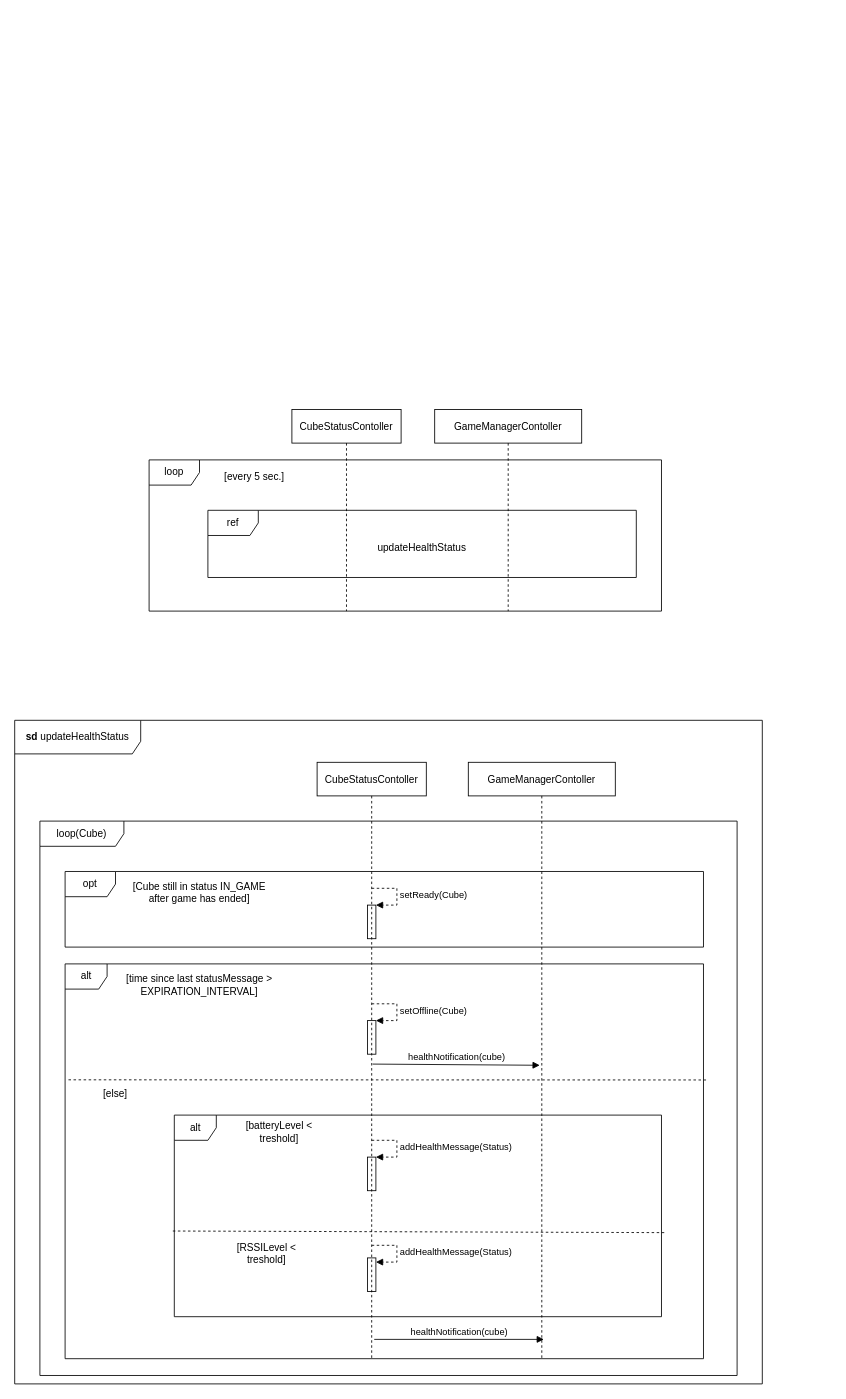
Before: documents/software-concept/diagrams/cubeStatus.drawio in b-ertel/TimeGuess-Game, a draw.io diagram. Source tidied: cells renumbered, new cells numbered last; positions are measured from the earlier drawing's top-left corner, leaving out a move shared by most shapes. Both pictures are drawn from the tidied source at 84%, with x=0, y=0 at pixel (14, 409).
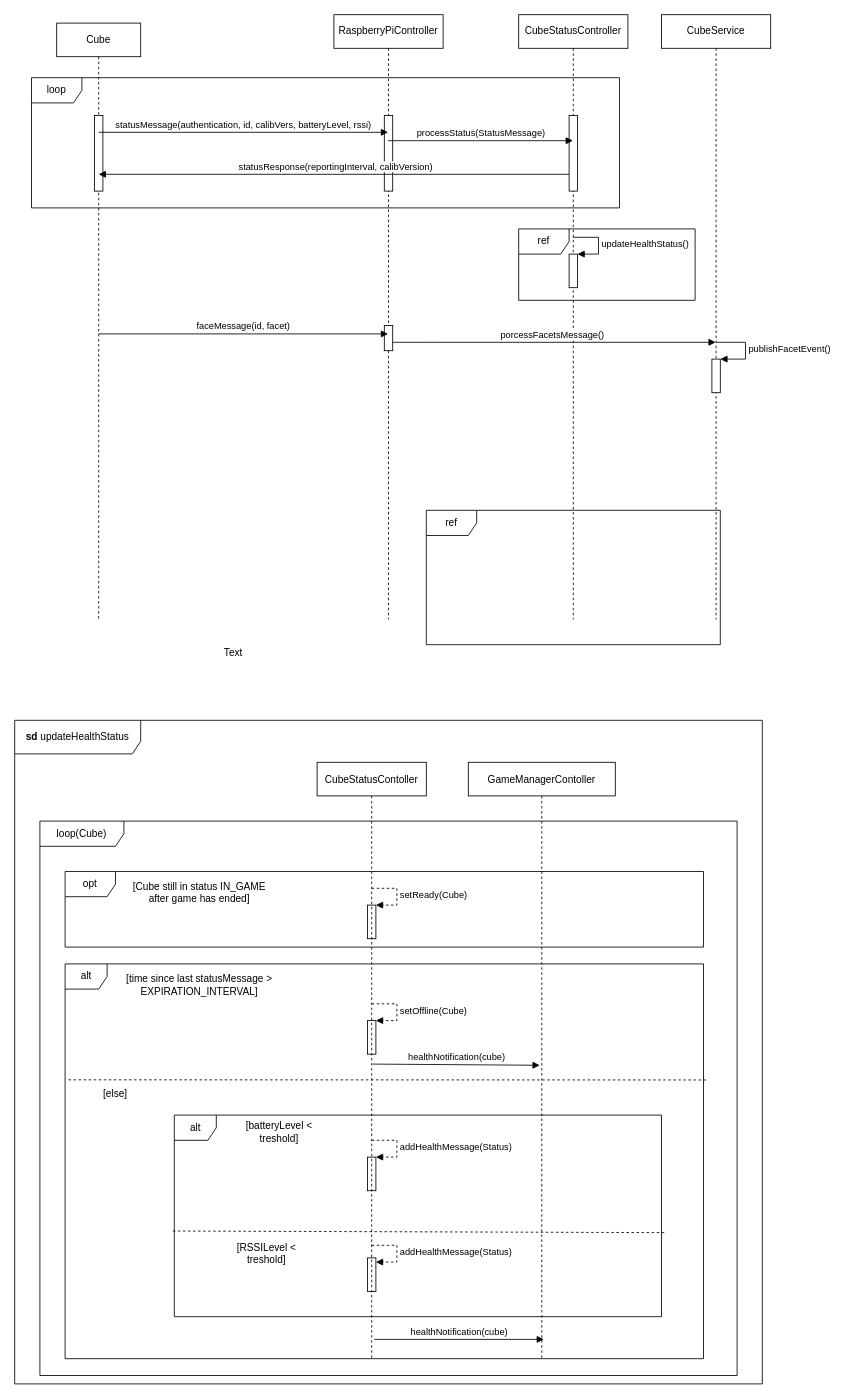
The same diagram, later.

Diff of the diagram source:
```diff
@@
-    <mxCell id="2" value="loop" style="shape=umlFrame;whiteSpace=wrap;html=1;fillColor=none;" parent="1" vertex="1">
-      <mxGeometry x="160" y="60" width="610" height="180" as="geometry" />
-    </mxCell>
@@
-    <mxCell id="22" value="[every 5 sec.]" style="text;html=1;align=center;verticalAlign=middle;strokeColor=none;" parent="1" vertex="1">
-      <mxGeometry x="240" y="70" width="90" height="20" as="geometry" />
-    </mxCell>
@@
-    <mxCell id="28" value="CubeStatusContoller" style="shape=umlLifeline;perimeter=lifelinePerimeter;rounded=0;shadow=0;strokeWidth=1;" parent="1" vertex="1">
-      <mxGeometry x="330" width="130" height="240" as="geometry" />
-    </mxCell>
-    <mxCell id="29" value="GameManagerContoller" style="shape=umlLifeline;perimeter=lifelinePerimeter;rounded=0;shadow=0;strokeWidth=1;" parent="1" vertex="1">
-      <mxGeometry x="500" width="175" height="240" as="geometry" />
-    </mxCell>
-    <mxCell id="30" value="ref" style="shape=umlFrame;whiteSpace=wrap;html=1;" parent="1" vertex="1">
-      <mxGeometry x="230" y="120" width="510" height="80" as="geometry" />
-    </mxCell>
-    <mxCell id="31" value="&lt;div&gt;updateHealthStatus&lt;/div&gt;" style="text;html=1;strokeColor=none;fillColor=none;align=center;verticalAlign=middle;whiteSpace=wrap;rounded=0;" parent="1" vertex="1">
-      <mxGeometry x="400" y="155" width="170" height="20" as="geometry" />
-    </mxCell>
+    <mxCell id="32" value="Cube" style="shape=umlLifeline;perimeter=lifelinePerimeter;whiteSpace=wrap;html=1;" parent="1" vertex="1">
+      <mxGeometry x="50" y="-460" width="100" height="710" as="geometry" />
+    </mxCell>
+    <mxCell id="33" value="RaspberryPiController" style="shape=umlLifeline;perimeter=lifelinePerimeter;whiteSpace=wrap;html=1;outlineConnect=0;" parent="1" vertex="1">
+      <mxGeometry x="380" y="-470" width="130" height="720" as="geometry" />
+    </mxCell>
+    <mxCell id="34" value="CubeStatusController" style="shape=umlLifeline;perimeter=lifelinePerimeter;whiteSpace=wrap;html=1;outlineConnect=0;" parent="1" vertex="1">
+      <mxGeometry x="600" y="-470" width="130" height="720" as="geometry" />
+    </mxCell>
+    <mxCell id="35" value="updateHealthStatus()" style="edgeStyle=orthogonalEdgeStyle;html=1;align=left;spacingLeft=2;endArrow=block;rounded=0;entryX=1;entryY=0;" parent="34" edge="1" target="36">
+      <mxGeometry relative="1" as="geometry">
+        <mxPoint x="65" y="265" as="sourcePoint" />
+        <Array as="points">
+          <mxPoint x="95" y="265" />
+        </Array>
+      </mxGeometry>
+    </mxCell>
+    <mxCell id="36" style="html=1;points=[];perimeter=orthogonalPerimeter;" parent="34" vertex="1">
+      <mxGeometry x="60" y="285" width="10" height="40" as="geometry" />
+    </mxCell>
+    <mxCell id="37" value="CubeService" style="shape=umlLifeline;perimeter=lifelinePerimeter;whiteSpace=wrap;html=1;outlineConnect=0;" parent="1" vertex="1">
+      <mxGeometry x="770" y="-470" width="130" height="720" as="geometry" />
+    </mxCell>
+    <mxCell id="38" value="porcessFacetsMessage()" style="html=1;verticalAlign=bottom;endArrow=block;" parent="1" edge="1" source="33" target="37">
+      <mxGeometry relative="1" as="geometry">
+        <Array as="points">
+          <mxPoint x="490" y="-80" />
+        </Array>
+      </mxGeometry>
+    </mxCell>
+    <mxCell id="39" style="html=1;points=[];perimeter=orthogonalPerimeter;" parent="1" vertex="1">
+      <mxGeometry x="830" y="-60" width="10" height="40" as="geometry" />
+    </mxCell>
+    <mxCell id="40" value="publishFacetEvent()" style="edgeStyle=orthogonalEdgeStyle;html=1;align=left;spacingLeft=2;endArrow=block;rounded=0;entryX=1;entryY=0;" parent="1" edge="1" target="39">
+      <mxGeometry relative="1" as="geometry">
+        <mxPoint x="835" y="-80" as="sourcePoint" />
+        <Array as="points">
+          <mxPoint x="870" y="-80" />
+          <mxPoint x="870" y="-60" />
+        </Array>
+      </mxGeometry>
+    </mxCell>
+    <mxCell id="41" style="html=1;perimeter=orthogonalPerimeter;" parent="1" vertex="1">
+      <mxGeometry x="95" y="-350" width="10" height="90" as="geometry" />
+    </mxCell>
+    <mxCell id="42" style="html=1;perimeter=orthogonalPerimeter;" parent="1" vertex="1">
+      <mxGeometry x="440" y="-350" width="10" height="90" as="geometry" />
+    </mxCell>
+    <mxCell id="43" value="statusMessage(authentication, id, calibVers, batteryLevel, rssi)" style="html=1;verticalAlign=bottom;endArrow=block;" parent="1" edge="1" target="33">
+      <mxGeometry relative="1" as="geometry">
+        <mxPoint x="100" y="-330" as="sourcePoint" />
+      </mxGeometry>
+    </mxCell>
+    <mxCell id="44" value="statusResponse(reportingInterval, calibVersion)" style="html=1;verticalAlign=bottom;endArrow=none;startArrow=block;startFill=1;endFill=0;" parent="1" edge="1" target="34">
+      <mxGeometry relative="1" as="geometry">
+        <mxPoint x="100" y="-280" as="sourcePoint" />
+      </mxGeometry>
+    </mxCell>
+    <mxCell id="45" style="html=1;perimeter=orthogonalPerimeter;" parent="1" vertex="1">
+      <mxGeometry x="660" y="-350" width="10" height="90" as="geometry" />
+    </mxCell>
+    <mxCell id="46" value="processStatus(StatusMessage)" style="html=1;verticalAlign=bottom;endArrow=block;" parent="1" edge="1" source="33" target="34">
+      <mxGeometry relative="1" as="geometry">
+        <Array as="points">
+          <mxPoint x="540" y="-320" />
+        </Array>
+      </mxGeometry>
+    </mxCell>
+    <mxCell id="47" style="html=1;perimeter=orthogonalPerimeter;" parent="1" vertex="1">
+      <mxGeometry x="440" y="-100" width="10" height="30" as="geometry" />
+    </mxCell>
+    <mxCell id="48" value="faceMessage(id, facet)" style="html=1;verticalAlign=bottom;endArrow=block;" parent="1" edge="1">
+      <mxGeometry relative="1" as="geometry">
+        <mxPoint x="100" y="-90" as="sourcePoint" />
+        <mxPoint x="444.5" y="-90" as="targetPoint" />
+      </mxGeometry>
+    </mxCell>
+    <mxCell id="2" value="loop" style="shape=umlFrame;whiteSpace=wrap;html=1;" parent="1" vertex="1">
+      <mxGeometry x="20" y="-395" width="700" height="155" as="geometry" />
+    </mxCell>
+    <mxCell id="49" value="ref" style="shape=umlFrame;whiteSpace=wrap;html=1;" parent="1" vertex="1">
+      <mxGeometry x="600" y="-215" width="210" height="85" as="geometry" />
+    </mxCell>
+    <mxCell id="50" value="Text" style="text;html=1;align=center;verticalAlign=middle;strokeColor=none;" parent="1" vertex="1">
+      <mxGeometry x="240" y="280" width="40" height="20" as="geometry" />
+    </mxCell>
+    <mxCell id="51" value="ref" style="shape=umlFrame;whiteSpace=wrap;html=1;" parent="1" vertex="1">
+      <mxGeometry x="490" y="120" width="350" height="160" as="geometry" />
+    </mxCell>
```
